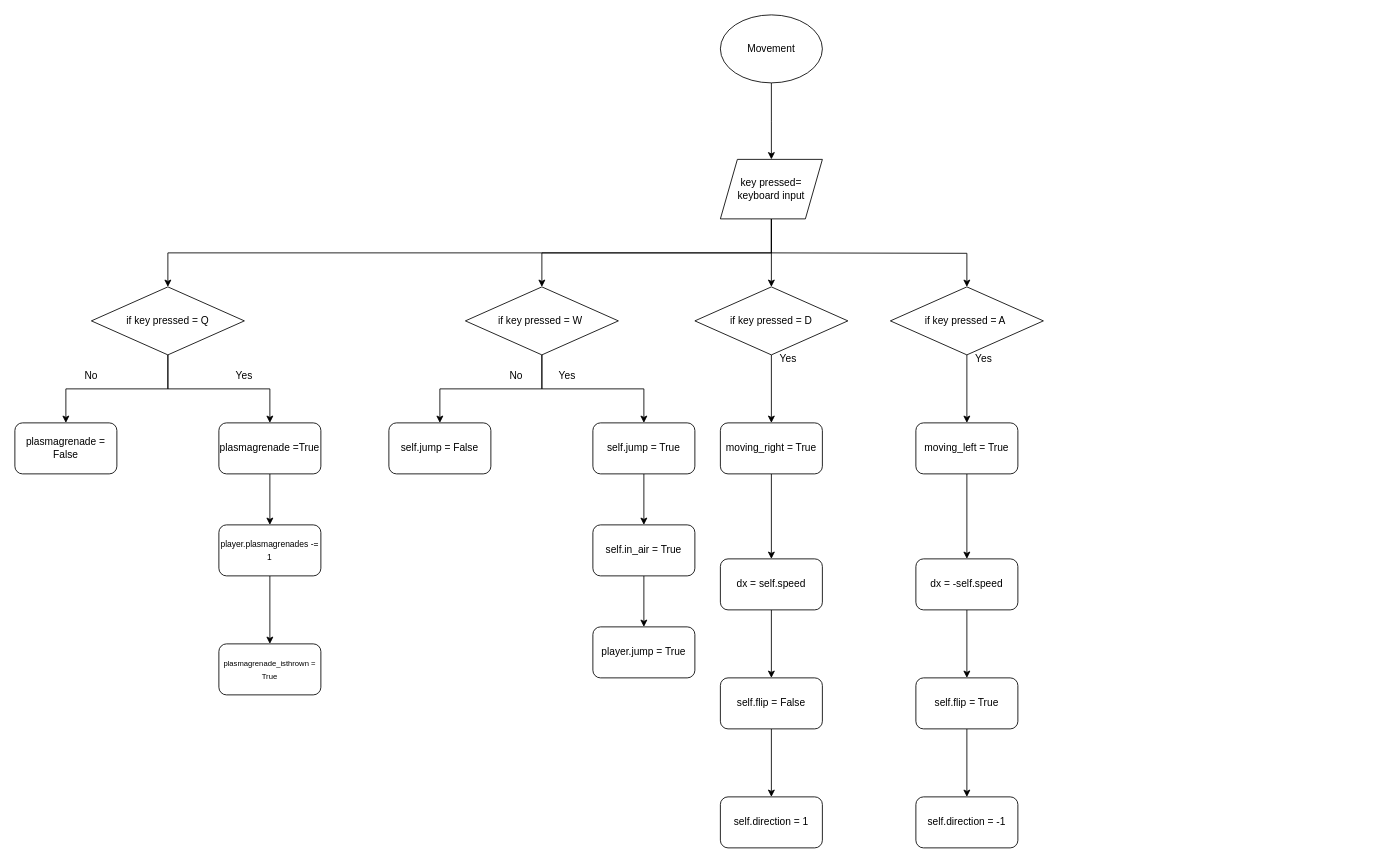
Before: docs/dfd_gameplay.drawio in jlk31/CS-NEA, a draw.io diagram. Source tidied: cells renumbered, new cells numbered last; positions are measured from the earlier drawing's top-left corner, leaving out a move shared by most shapes. Both pictures are drawn from the tidied source at 85%, with x=0, y=0 at pixel (14, 14).
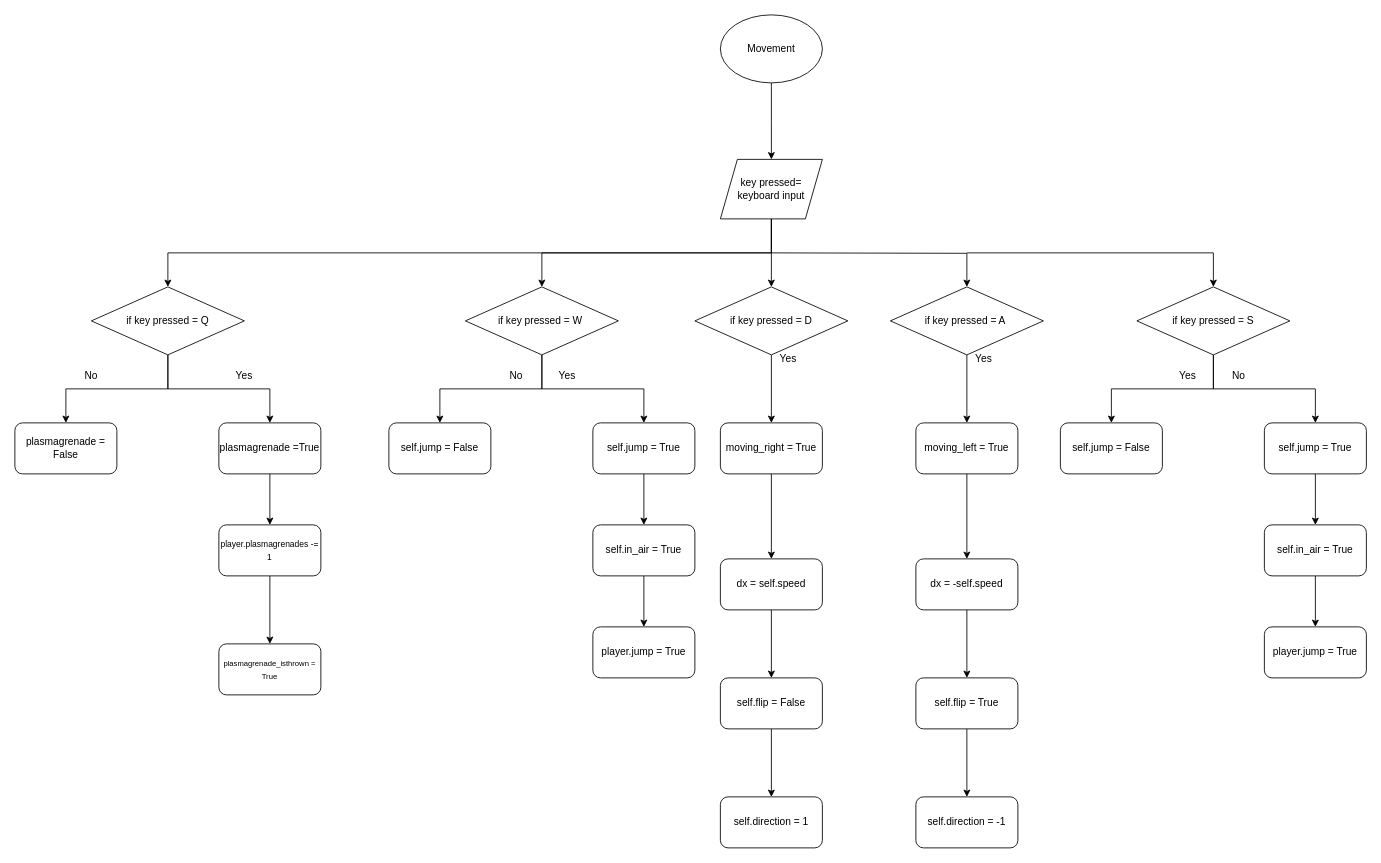
After the change.

The edit, as a diff of the source:
```diff
@@
+    <mxCell id="51" style="edgeStyle=orthogonalEdgeStyle;rounded=0;jettySize=auto;html=1;" parent="1" edge="1" source="54" target="56">
+      <mxGeometry relative="1" as="geometry" />
+    </mxCell>
+    <mxCell id="52" style="edgeStyle=orthogonalEdgeStyle;rounded=0;jettySize=auto;html=1;exitX=0.5;exitY=1;exitDx=0;exitDy=0;entryX=0.5;entryY=0;entryDx=0;entryDy=0;" parent="1" edge="1" source="54" target="59">
+      <mxGeometry relative="1" as="geometry" />
+    </mxCell>
+    <mxCell id="53" style="edgeStyle=orthogonalEdgeStyle;rounded=0;jettySize=auto;html=1;exitX=0.5;exitY=0;exitDx=0;exitDy=0;entryX=0.5;entryY=0;entryDx=0;entryDy=0;" parent="1" edge="1" target="54">
+      <mxGeometry relative="1" as="geometry">
+        <mxPoint x="1120" y="280" as="sourcePoint" />
+        <Array as="points">
+          <mxPoint x="1410" y="280" />
+        </Array>
+      </mxGeometry>
+    </mxCell>
+    <mxCell id="54" value="if key pressed = S" style="rhombus;whiteSpace=wrap;html=1;" parent="1" vertex="1">
+      <mxGeometry x="1320" y="320" width="180" height="80" as="geometry" />
+    </mxCell>
+    <mxCell id="55" style="edgeStyle=orthogonalEdgeStyle;rounded=0;jettySize=auto;html=1;" parent="1" edge="1" source="56" target="58">
+      <mxGeometry relative="1" as="geometry" />
+    </mxCell>
+    <mxCell id="56" value="self.jump = True" style="rounded=1;whiteSpace=wrap;html=1;" parent="1" vertex="1">
+      <mxGeometry x="1470" y="480" width="120" height="60" as="geometry" />
+    </mxCell>
+    <mxCell id="57" style="edgeStyle=orthogonalEdgeStyle;rounded=0;jettySize=auto;html=1;" parent="1" edge="1" source="58" target="62">
+      <mxGeometry relative="1" as="geometry" />
+    </mxCell>
+    <mxCell id="58" value="self.in_air = True" style="whiteSpace=wrap;html=1;rounded=1;" parent="1" vertex="1">
+      <mxGeometry x="1470" y="600" width="120" height="60" as="geometry" />
+    </mxCell>
+    <mxCell id="59" value="self.jump = False" style="rounded=1;whiteSpace=wrap;html=1;" parent="1" vertex="1">
+      <mxGeometry x="1230" y="480" width="120" height="60" as="geometry" />
+    </mxCell>
+    <mxCell id="60" value="No" style="text;html=1;align=center;verticalAlign=middle;whiteSpace=wrap;rounded=0;" parent="1" vertex="1">
+      <mxGeometry x="1410" y="410" width="60" height="30" as="geometry" />
+    </mxCell>
+    <mxCell id="61" value="Yes" style="text;html=1;align=center;verticalAlign=middle;whiteSpace=wrap;rounded=0;" parent="1" vertex="1">
+      <mxGeometry x="1350" y="410" width="60" height="30" as="geometry" />
+    </mxCell>
+    <mxCell id="62" value="player.jump = True" style="whiteSpace=wrap;html=1;rounded=1;" parent="1" vertex="1">
+      <mxGeometry x="1470" y="720" width="120" height="60" as="geometry" />
+    </mxCell>
```
